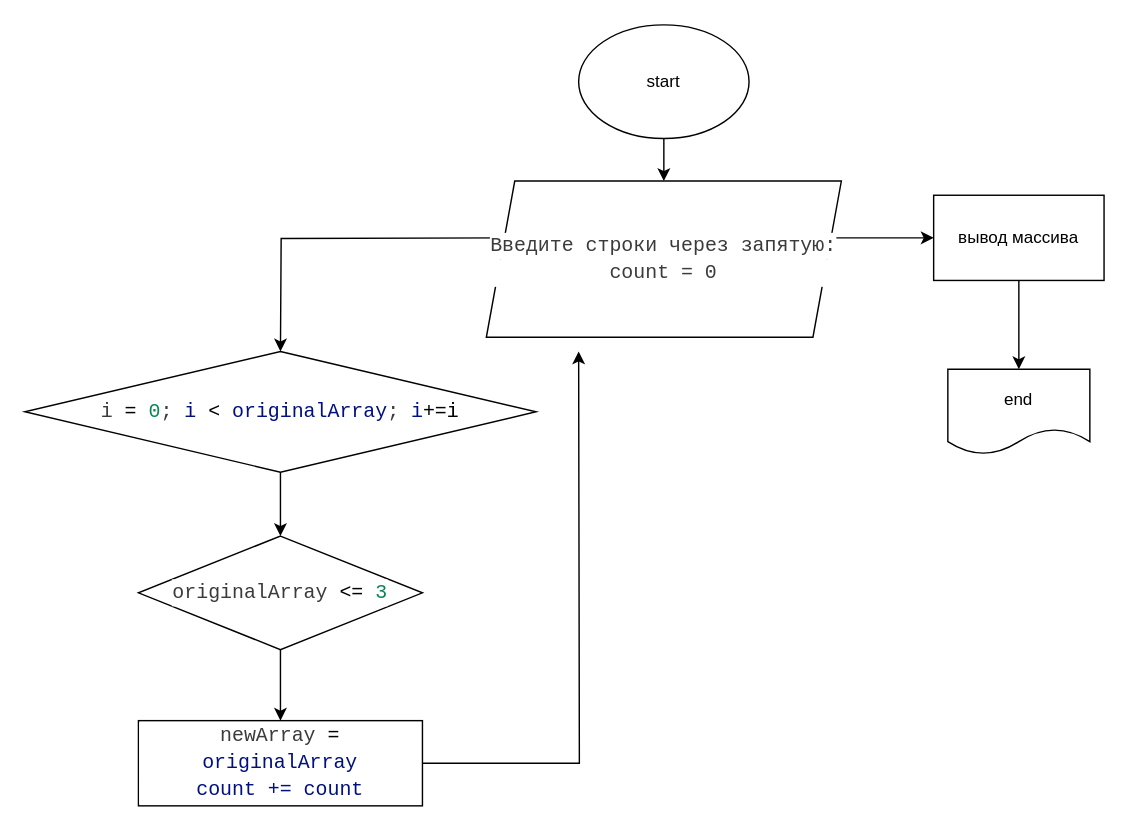
Kotia191/ItogKontrolOsnownoiBlok keeps this draw.io diagram as Диаграмма без названия.drawio. Above is the earlier version. Source tidied: cells renumbered, new cells numbered last; positions are measured from the earlier drawing's top-left corner, leaving out a move shared by most shapes. Both pictures are drawn from the tidied source at 142%, with x=0, y=0 at pixel (24, 24).
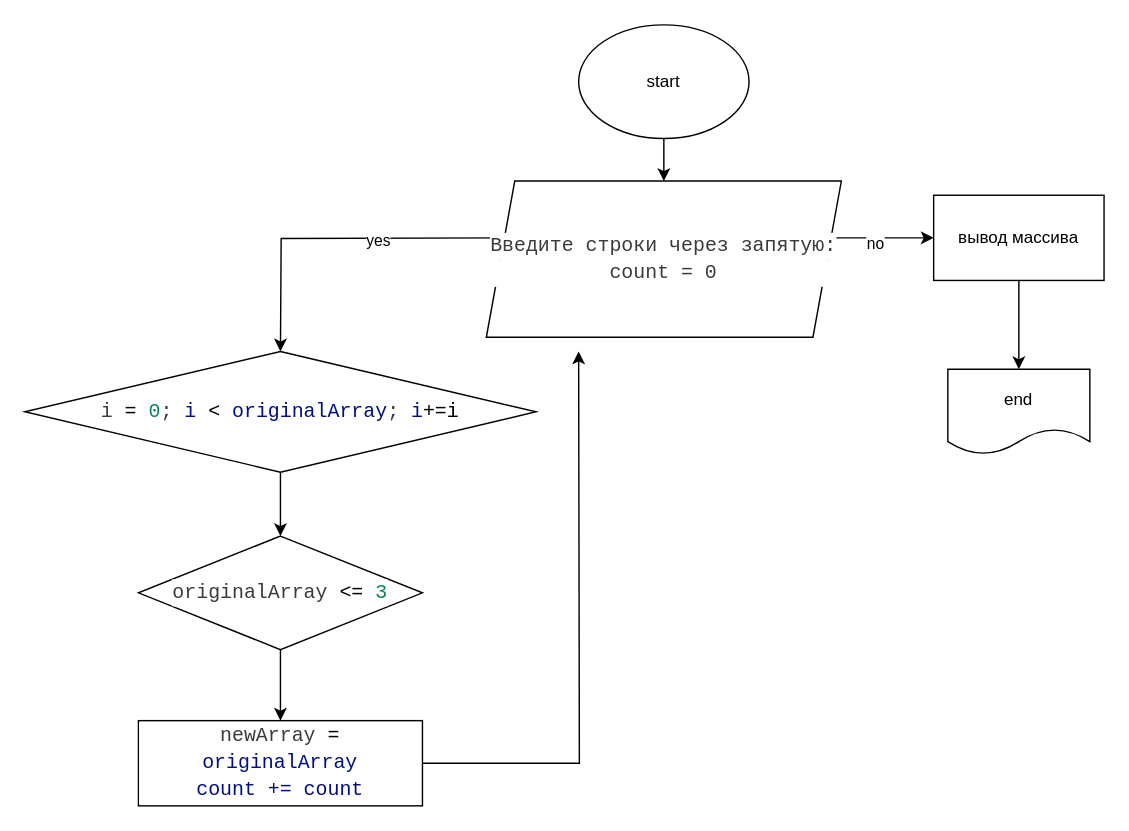
The same diagram, later.

Unchanged cells that the change refers to:
```xml
<mxCell id="4" style="edgeStyle=orthogonalEdgeStyle;rounded=0;orthogonalLoop=1;jettySize=auto;html=1;" parent="1" edge="1">
  <mxGeometry relative="1" as="geometry">
    <mxPoint x="340" y="150" as="sourcePoint" />
    <mxPoint x="180" y="230" as="targetPoint" />
  </mxGeometry>
</mxCell>
<mxCell id="5" style="edgeStyle=orthogonalEdgeStyle;rounded=0;jettySize=auto;html=1;" parent="1" edge="1" source="6" target="14">
  <mxGeometry relative="1" as="geometry">
    <Array as="points">
      <mxPoint x="580" y="150" />
      <mxPoint x="580" y="150" />
    </Array>
  </mxGeometry>
</mxCell>
```

The edit, as a diff of the source:
```diff
@@
+    <mxCell id="16" value="yes" style="edgeLabel;html=1;align=center;verticalAlign=middle;" parent="4" vertex="1">
+      <mxGeometry x="-0.23" y="1" relative="1" as="geometry" />
+    </mxCell>
@@
+    <mxCell id="17" value="no" style="edgeLabel;html=1;align=center;verticalAlign=middle;" parent="5" vertex="1">
+      <mxGeometry x="-0.13" y="-3" relative="1" as="geometry" />
+    </mxCell>
```
